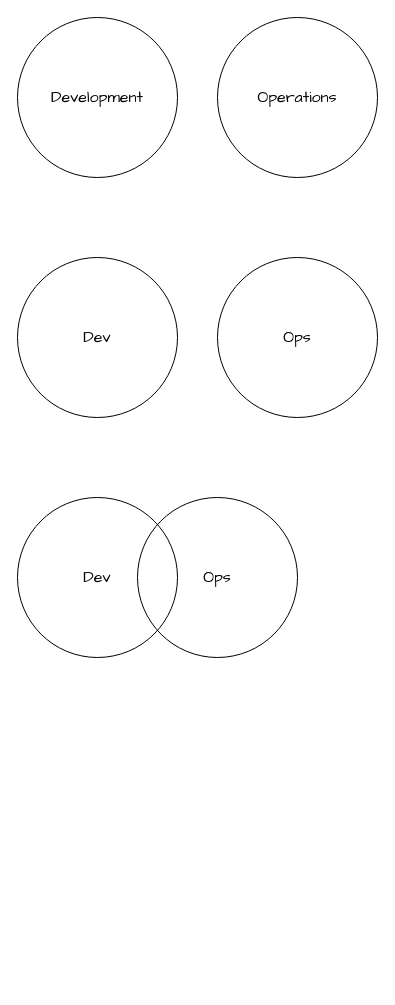
This is docs/assets/drawio/devops.drawio from dmslabbert/bap01-getting-started, a draw.io file, before an edit. Source tidied: cells renumbered, new cells numbered last; positions are measured from the earlier drawing's top-left corner, leaving out a move shared by most shapes. Both pictures are drawn from the tidied source at 100%, with x=0, y=0 at pixel (17, 17).
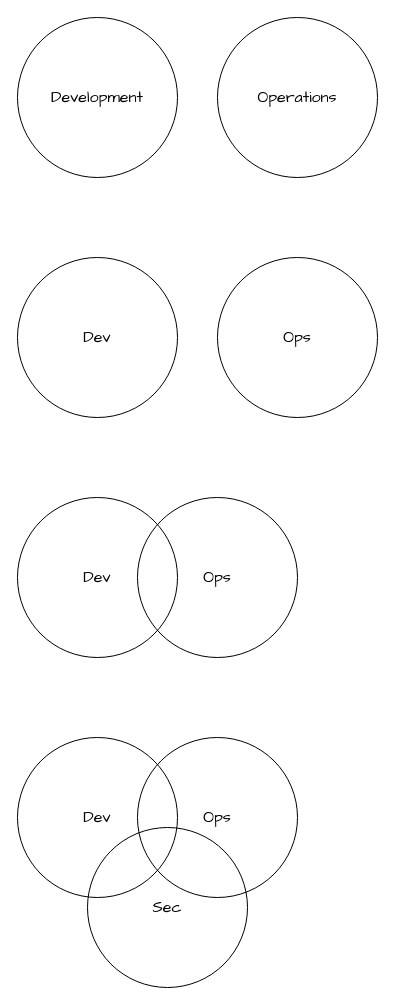
After the change.

Commit message (it also covers changes not shown here):
Add DevSecOps SVG diagram and update lesson 1 to include DevSecOps concepts

What changed in the source:
```diff
@@
 <mxGraphModel>
   <root>
     <mxCell id="0" />
     <mxCell id="1" parent="0" />
     <mxCell id="2" value="Development" style="ellipse;whiteSpace=wrap;html=1;textShadow=0;fontSize=16;fontFamily=Comic Sans MS;shadow=0;fillColor=none;" parent="1" vertex="1">
       <mxGeometry width="160" height="160" as="geometry" />
     </mxCell>
     <mxCell id="3" value="Operations" style="ellipse;whiteSpace=wrap;html=1;textShadow=0;fontSize=16;fontFamily=Comic Sans MS;shadow=0;fillColor=none;" parent="1" vertex="1">
       <mxGeometry x="200" width="160" height="160" as="geometry" />
     </mxCell>
     <mxCell id="4" value="Dev" style="ellipse;whiteSpace=wrap;html=1;textShadow=0;fontSize=16;fontFamily=Comic Sans MS;shadow=0;fillColor=none;" parent="1" vertex="1">
       <mxGeometry y="240" width="160" height="160" as="geometry" />
     </mxCell>
     <mxCell id="5" value="Ops" style="ellipse;whiteSpace=wrap;html=1;textShadow=0;fontSize=16;fontFamily=Comic Sans MS;shadow=0;fillColor=none;" parent="1" vertex="1">
       <mxGeometry x="200" y="240" width="160" height="160" as="geometry" />
     </mxCell>
     <mxCell id="6" value="Dev" style="ellipse;whiteSpace=wrap;html=1;textShadow=0;fontSize=16;fontFamily=Comic Sans MS;shadow=0;fillColor=none;" parent="1" vertex="1">
       <mxGeometry y="480" width="160" height="160" as="geometry" />
     </mxCell>
     <mxCell id="7" value="Ops" style="ellipse;whiteSpace=wrap;html=1;textShadow=0;fontSize=16;fontFamily=Comic Sans MS;shadow=0;fillColor=none;" parent="1" vertex="1">
       <mxGeometry x="120" y="480" width="160" height="160" as="geometry" />
     </mxCell>
+    <mxCell id="8" value="Dev" style="ellipse;whiteSpace=wrap;html=1;textShadow=0;fontSize=16;fontFamily=Comic Sans MS;shadow=0;fillColor=none;" parent="1" vertex="1">
+      <mxGeometry y="720" width="160" height="160" as="geometry" />
+    </mxCell>
+    <mxCell id="9" value="Ops" style="ellipse;whiteSpace=wrap;html=1;textShadow=0;fontSize=16;fontFamily=Comic Sans MS;shadow=0;fillColor=none;" parent="1" vertex="1">
+      <mxGeometry x="120" y="720" width="160" height="160" as="geometry" />
+    </mxCell>
+    <mxCell id="10" value="Sec" style="ellipse;whiteSpace=wrap;html=1;textShadow=0;fontSize=16;fontFamily=Comic Sans MS;shadow=0;fillColor=none;" parent="1" vertex="1">
+      <mxGeometry x="70" y="810" width="160" height="160" as="geometry" />
+    </mxCell>
   </root>
 </mxGraphModel>
```
